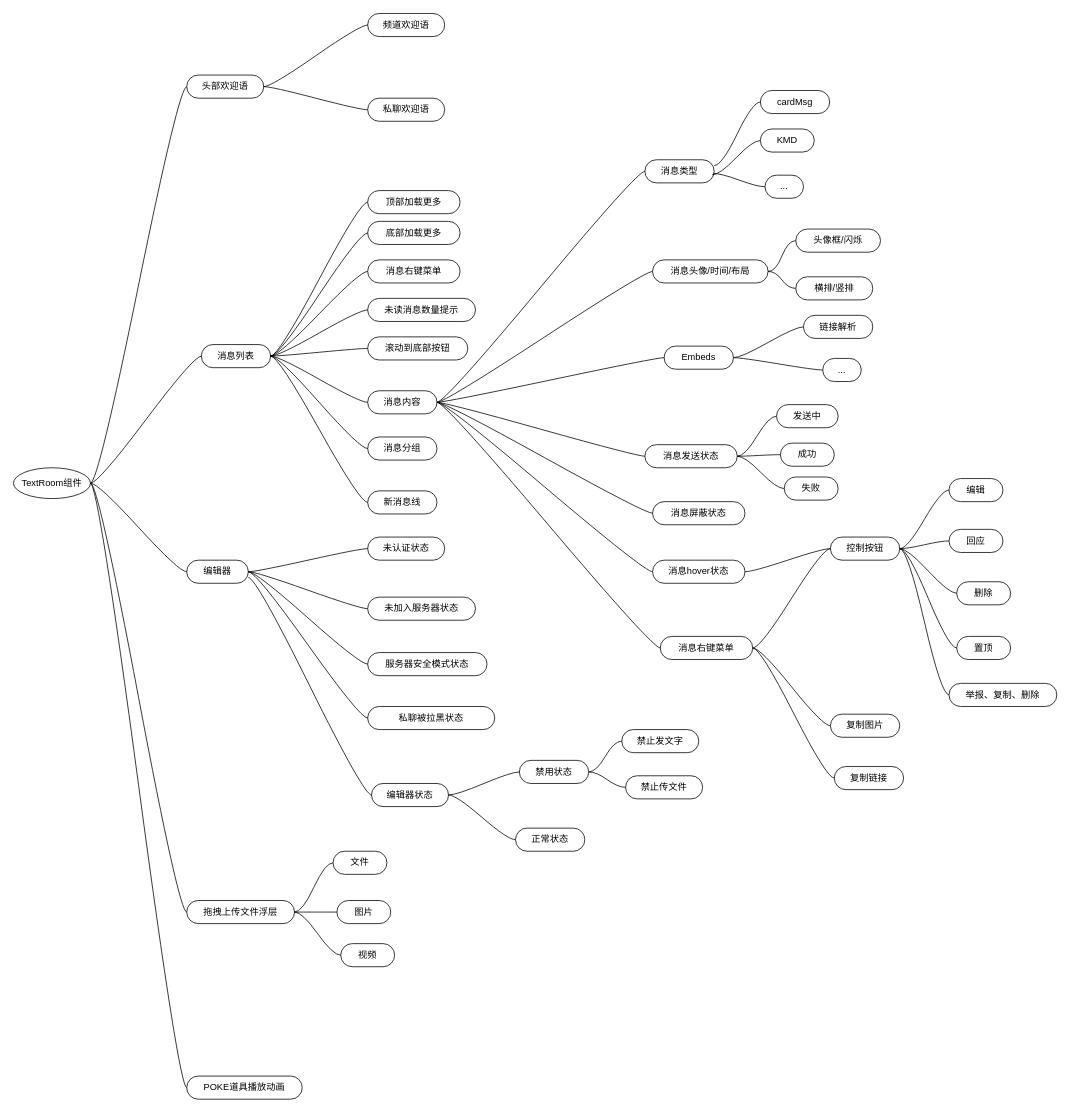
Earlier version of the draw.io diagram TextRoom业务脑图.drawio (ccccccp/draw-io). Source tidied: cells renumbered, new cells numbered last; positions are measured from the earlier drawing's top-left corner, leaving out a move shared by most shapes. Both pictures are drawn from the tidied source at 77%, with x=0, y=0 at pixel (13, 13).
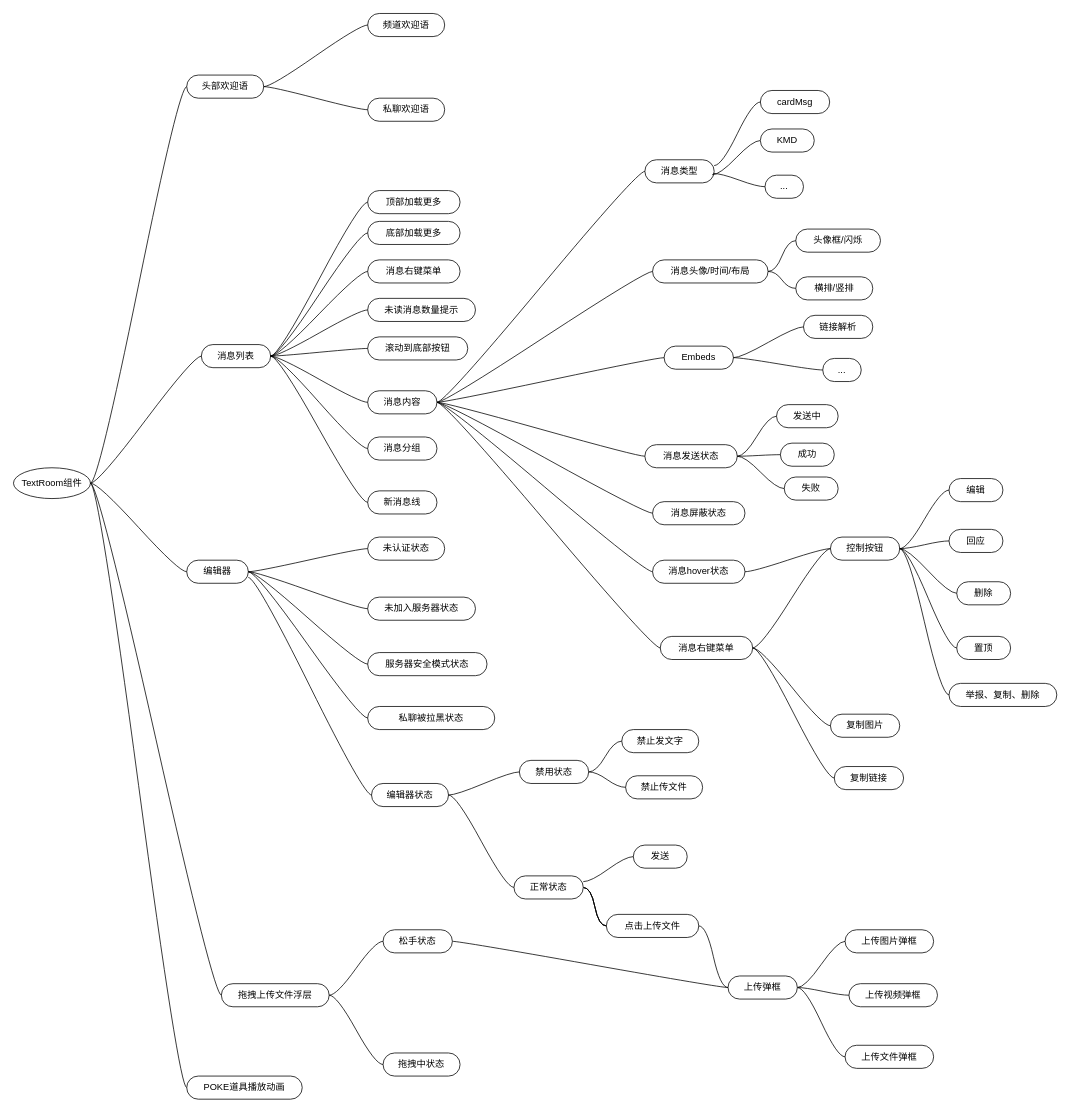
Above is the later version.

Commit message (it also covers changes not shown here):
更新TextRoom业务脑图.drawio

The edit, as a diff of the source:
```diff
@@
+    <mxCell id="108" style="edgeStyle=entityRelationEdgeStyle;rounded=0;jettySize=auto;html=1;startArrow=none;endArrow=none;segment=10;curved=1;sourcePerimeterSpacing=0;targetPerimeterSpacing=0;exitX=1;exitY=0.5;exitDx=0;exitDy=0;entryX=0;entryY=0.5;entryDx=0;entryDy=0;" parent="1" edge="1" source="9" target="119">
+      <mxGeometry relative="1" as="geometry" />
+    </mxCell>
     <mxCell id="9" value="拖拽上传文件浮层" style="whiteSpace=wrap;html=1;rounded=1;arcSize=50;align=center;verticalAlign=middle;strokeWidth=1;spacing=4;newEdgeStyle={&quot;edgeStyle&quot;:&quot;entityRelationEdgeStyle&quot;,&quot;startArrow&quot;:&quot;none&quot;,&quot;endArrow&quot;:&quot;none&quot;,&quot;segment&quot;:10,&quot;curved&quot;:1,&quot;sourcePerimeterSpacing&quot;:0,&quot;targetPerimeterSpacing&quot;:0};" parent="1" vertex="1">
-      <mxGeometry x="225" y="1152" width="140" height="30" as="geometry" />
+      <mxGeometry x="270" y="1260" width="140" height="30" as="geometry" />
     </mxCell>
@@
-    <mxCell id="35" value="文件" style="whiteSpace=wrap;html=1;rounded=1;arcSize=50;align=center;verticalAlign=middle;strokeWidth=1;spacing=4;newEdgeStyle={&quot;edgeStyle&quot;:&quot;entityRelationEdgeStyle&quot;,&quot;startArrow&quot;:&quot;none&quot;,&quot;endArrow&quot;:&quot;none&quot;,&quot;segment&quot;:10,&quot;curved&quot;:1,&quot;sourcePerimeterSpacing&quot;:0,&quot;targetPerimeterSpacing&quot;:0};" parent="1" vertex="1">
-      <mxGeometry x="415" y="1088" width="70" height="30" as="geometry" />
+    <mxCell id="35" value="拖拽中状态" style="whiteSpace=wrap;html=1;rounded=1;arcSize=50;align=center;verticalAlign=middle;strokeWidth=1;spacing=4;newEdgeStyle={&quot;edgeStyle&quot;:&quot;entityRelationEdgeStyle&quot;,&quot;startArrow&quot;:&quot;none&quot;,&quot;endArrow&quot;:&quot;none&quot;,&quot;segment&quot;:10,&quot;curved&quot;:1,&quot;sourcePerimeterSpacing&quot;:0,&quot;targetPerimeterSpacing&quot;:0};" parent="1" vertex="1">
+      <mxGeometry x="480" y="1350" width="100" height="30" as="geometry" />
     </mxCell>
@@
+    <mxCell id="109" style="edgeStyle=entityRelationEdgeStyle;rounded=0;jettySize=auto;html=1;startArrow=none;endArrow=none;segment=10;curved=1;sourcePerimeterSpacing=0;targetPerimeterSpacing=0;exitX=1;exitY=0.5;exitDx=0;exitDy=0;entryX=0;entryY=0.5;entryDx=0;entryDy=0;" parent="1" edge="1" source="37" target="115">
+      <mxGeometry relative="1" as="geometry" />
+    </mxCell>
+    <mxCell id="110" style="edgeStyle=entityRelationEdgeStyle;rounded=0;jettySize=auto;html=1;startArrow=none;endArrow=none;segment=10;curved=1;sourcePerimeterSpacing=0;targetPerimeterSpacing=0;exitX=1;exitY=0.5;exitDx=0;exitDy=0;entryX=0;entryY=0.5;entryDx=0;entryDy=0;" parent="1" edge="1" source="37" target="116">
+      <mxGeometry relative="1" as="geometry" />
+    </mxCell>
+    <mxCell id="111" style="edgeStyle=entityRelationEdgeStyle;rounded=0;jettySize=auto;html=1;startArrow=none;endArrow=none;segment=10;curved=1;sourcePerimeterSpacing=0;targetPerimeterSpacing=0;exitX=1;exitY=0.5;exitDx=0;exitDy=0;entryX=0;entryY=0.5;entryDx=0;entryDy=0;" parent="1" edge="1" source="37" target="117">
+      <mxGeometry relative="1" as="geometry" />
+    </mxCell>
-    <mxCell id="37" value="图片" style="whiteSpace=wrap;html=1;rounded=1;arcSize=50;align=center;verticalAlign=middle;strokeWidth=1;spacing=4;newEdgeStyle={&quot;edgeStyle&quot;:&quot;entityRelationEdgeStyle&quot;,&quot;startArrow&quot;:&quot;none&quot;,&quot;endArrow&quot;:&quot;none&quot;,&quot;segment&quot;:10,&quot;curved&quot;:1,&quot;sourcePerimeterSpacing&quot;:0,&quot;targetPerimeterSpacing&quot;:0};" parent="1" vertex="1">
-      <mxGeometry x="420" y="1152" width="70" height="30" as="geometry" />
+    <mxCell id="37" value="上传弹框" style="whiteSpace=wrap;html=1;rounded=1;arcSize=50;align=center;verticalAlign=middle;strokeWidth=1;spacing=4;newEdgeStyle={&quot;edgeStyle&quot;:&quot;entityRelationEdgeStyle&quot;,&quot;startArrow&quot;:&quot;none&quot;,&quot;endArrow&quot;:&quot;none&quot;,&quot;segment&quot;:10,&quot;curved&quot;:1,&quot;sourcePerimeterSpacing&quot;:0,&quot;targetPerimeterSpacing&quot;:0};" parent="1" vertex="1">
+      <mxGeometry x="928" y="1250" width="90" height="30" as="geometry" />
     </mxCell>
-    <mxCell id="38" style="edgeStyle=entityRelationEdgeStyle;startArrow=none;endArrow=none;segment=10;curved=1;sourcePerimeterSpacing=0;targetPerimeterSpacing=0;rounded=0;exitX=1;exitY=0.5;exitDx=0;exitDy=0;" parent="1" edge="1" source="9" target="37">
-      <mxGeometry relative="1" as="geometry" />
-    </mxCell>
-    <mxCell id="39" value="视频" style="whiteSpace=wrap;html=1;rounded=1;arcSize=50;align=center;verticalAlign=middle;strokeWidth=1;spacing=4;newEdgeStyle={&quot;edgeStyle&quot;:&quot;entityRelationEdgeStyle&quot;,&quot;startArrow&quot;:&quot;none&quot;,&quot;endArrow&quot;:&quot;none&quot;,&quot;segment&quot;:10,&quot;curved&quot;:1,&quot;sourcePerimeterSpacing&quot;:0,&quot;targetPerimeterSpacing&quot;:0};" parent="1" vertex="1">
-      <mxGeometry x="425" y="1208" width="70" height="30" as="geometry" />
-    </mxCell>
-    <mxCell id="40" style="edgeStyle=entityRelationEdgeStyle;startArrow=none;endArrow=none;segment=10;curved=1;sourcePerimeterSpacing=0;targetPerimeterSpacing=0;rounded=0;exitX=1;exitY=0.5;exitDx=0;exitDy=0;" parent="1" edge="1" source="9" target="39">
-      <mxGeometry relative="1" as="geometry" />
-    </mxCell>
@@
+    <mxCell id="112" style="edgeStyle=entityRelationEdgeStyle;rounded=0;jettySize=auto;html=1;startArrow=none;endArrow=none;segment=10;curved=1;sourcePerimeterSpacing=0;targetPerimeterSpacing=0;" parent="1" edge="1" source="61" target="121">
+      <mxGeometry relative="1" as="geometry" />
+    </mxCell>
+    <mxCell id="113" style="edgeStyle=entityRelationEdgeStyle;rounded=0;jettySize=auto;html=1;startArrow=none;endArrow=none;segment=10;curved=1;sourcePerimeterSpacing=0;targetPerimeterSpacing=0;" parent="1" edge="1" source="61" target="121">
+      <mxGeometry relative="1" as="geometry" />
+    </mxCell>
+    <mxCell id="114" style="edgeStyle=entityRelationEdgeStyle;rounded=0;jettySize=auto;html=1;startArrow=none;endArrow=none;segment=10;curved=1;sourcePerimeterSpacing=0;targetPerimeterSpacing=0;" parent="1" edge="1" source="61" target="121">
+      <mxGeometry relative="1" as="geometry" />
+    </mxCell>
     <mxCell id="61" value="正常状态" style="whiteSpace=wrap;html=1;rounded=1;arcSize=50;align=center;verticalAlign=middle;strokeWidth=1;spacing=4;newEdgeStyle={&quot;edgeStyle&quot;:&quot;entityRelationEdgeStyle&quot;,&quot;startArrow&quot;:&quot;none&quot;,&quot;endArrow&quot;:&quot;none&quot;,&quot;segment&quot;:10,&quot;curved&quot;:1,&quot;sourcePerimeterSpacing&quot;:0,&quot;targetPerimeterSpacing&quot;:0};" parent="1" vertex="1">
-      <mxGeometry x="652" y="1058" width="90" height="30" as="geometry" />
+      <mxGeometry x="650" y="1120" width="90" height="30" as="geometry" />
     </mxCell>
@@
+    <mxCell id="115" value="上传图片弹框" style="whiteSpace=wrap;html=1;rounded=1;arcSize=50;align=center;verticalAlign=middle;strokeWidth=1;spacing=4;newEdgeStyle={&quot;edgeStyle&quot;:&quot;entityRelationEdgeStyle&quot;,&quot;startArrow&quot;:&quot;none&quot;,&quot;endArrow&quot;:&quot;none&quot;,&quot;segment&quot;:10,&quot;curved&quot;:1,&quot;sourcePerimeterSpacing&quot;:0,&quot;targetPerimeterSpacing&quot;:0};" parent="1" vertex="1">
+      <mxGeometry x="1080" y="1190" width="115" height="30" as="geometry" />
+    </mxCell>
+    <mxCell id="116" value="上传视频弹框" style="whiteSpace=wrap;html=1;rounded=1;arcSize=50;align=center;verticalAlign=middle;strokeWidth=1;spacing=4;newEdgeStyle={&quot;edgeStyle&quot;:&quot;entityRelationEdgeStyle&quot;,&quot;startArrow&quot;:&quot;none&quot;,&quot;endArrow&quot;:&quot;none&quot;,&quot;segment&quot;:10,&quot;curved&quot;:1,&quot;sourcePerimeterSpacing&quot;:0,&quot;targetPerimeterSpacing&quot;:0};" parent="1" vertex="1">
+      <mxGeometry x="1085" y="1260" width="115" height="30" as="geometry" />
+    </mxCell>
+    <mxCell id="117" value="上传文件弹框" style="whiteSpace=wrap;html=1;rounded=1;arcSize=50;align=center;verticalAlign=middle;strokeWidth=1;spacing=4;newEdgeStyle={&quot;edgeStyle&quot;:&quot;entityRelationEdgeStyle&quot;,&quot;startArrow&quot;:&quot;none&quot;,&quot;endArrow&quot;:&quot;none&quot;,&quot;segment&quot;:10,&quot;curved&quot;:1,&quot;sourcePerimeterSpacing&quot;:0,&quot;targetPerimeterSpacing&quot;:0};" parent="1" vertex="1">
+      <mxGeometry x="1080" y="1340" width="115" height="30" as="geometry" />
+    </mxCell>
+    <mxCell id="118" style="edgeStyle=entityRelationEdgeStyle;rounded=0;jettySize=auto;html=1;startArrow=none;endArrow=none;segment=10;curved=1;sourcePerimeterSpacing=0;targetPerimeterSpacing=0;exitX=1;exitY=0.5;exitDx=0;exitDy=0;entryX=0;entryY=0.5;entryDx=0;entryDy=0;" parent="1" edge="1" source="119" target="37">
+      <mxGeometry relative="1" as="geometry" />
+    </mxCell>
+    <mxCell id="119" value="松手状态" style="whiteSpace=wrap;html=1;rounded=1;arcSize=50;align=center;verticalAlign=middle;strokeWidth=1;spacing=4;newEdgeStyle={&quot;edgeStyle&quot;:&quot;entityRelationEdgeStyle&quot;,&quot;startArrow&quot;:&quot;none&quot;,&quot;endArrow&quot;:&quot;none&quot;,&quot;segment&quot;:10,&quot;curved&quot;:1,&quot;sourcePerimeterSpacing&quot;:0,&quot;targetPerimeterSpacing&quot;:0};" parent="1" vertex="1">
+      <mxGeometry x="480" y="1190" width="90" height="30" as="geometry" />
+    </mxCell>
+    <mxCell id="120" style="edgeStyle=entityRelationEdgeStyle;rounded=0;jettySize=auto;html=1;startArrow=none;endArrow=none;segment=10;curved=1;sourcePerimeterSpacing=0;targetPerimeterSpacing=0;exitX=1;exitY=0.5;exitDx=0;exitDy=0;entryX=0;entryY=0.5;entryDx=0;entryDy=0;" parent="1" edge="1" source="121" target="37">
+      <mxGeometry relative="1" as="geometry" />
+    </mxCell>
+    <mxCell id="121" value="点击上传文件" style="whiteSpace=wrap;html=1;rounded=1;arcSize=50;align=center;verticalAlign=middle;strokeWidth=1;spacing=4;newEdgeStyle={&quot;edgeStyle&quot;:&quot;entityRelationEdgeStyle&quot;,&quot;startArrow&quot;:&quot;none&quot;,&quot;endArrow&quot;:&quot;none&quot;,&quot;segment&quot;:10,&quot;curved&quot;:1,&quot;sourcePerimeterSpacing&quot;:0,&quot;targetPerimeterSpacing&quot;:0};" parent="1" vertex="1">
+      <mxGeometry x="770" y="1170" width="120" height="30" as="geometry" />
+    </mxCell>
+    <mxCell id="122" value="发送" style="whiteSpace=wrap;html=1;rounded=1;arcSize=50;align=center;verticalAlign=middle;strokeWidth=1;spacing=4;newEdgeStyle={&quot;edgeStyle&quot;:&quot;entityRelationEdgeStyle&quot;,&quot;startArrow&quot;:&quot;none&quot;,&quot;endArrow&quot;:&quot;none&quot;,&quot;segment&quot;:10,&quot;curved&quot;:1,&quot;sourcePerimeterSpacing&quot;:0,&quot;targetPerimeterSpacing&quot;:0};" parent="1" vertex="1">
+      <mxGeometry x="805" y="1080" width="70" height="30" as="geometry" />
+    </mxCell>
+    <mxCell id="123" style="edgeStyle=entityRelationEdgeStyle;startArrow=none;endArrow=none;segment=10;curved=1;sourcePerimeterSpacing=0;targetPerimeterSpacing=0;rounded=0;exitX=1;exitY=0.25;exitDx=0;exitDy=0;" parent="1" edge="1" source="61" target="122">
+      <mxGeometry relative="1" as="geometry" />
+    </mxCell>
```
